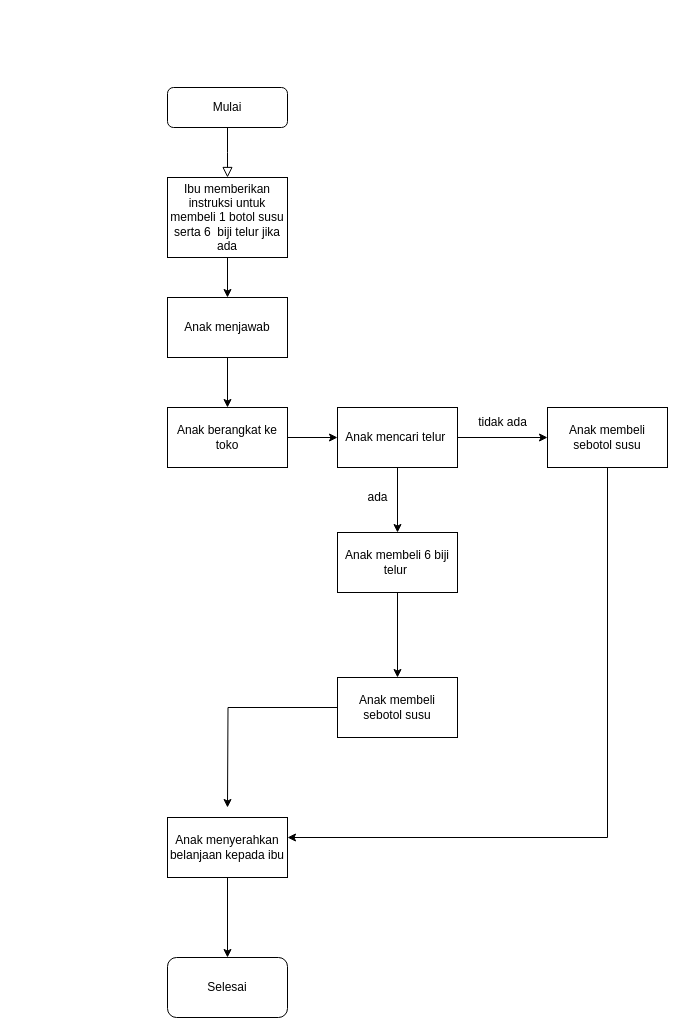
Above: Diagaram Pyton.drawio in aprinur/Learning_Python (draw.io), before the change. Source tidied: cells renumbered, new cells numbered last; positions are measured from the earlier drawing's top-left corner, leaving out a move shared by most shapes. Both pictures are drawn from the tidied source at 100%, with x=0, y=0 at pixel (167, 87).
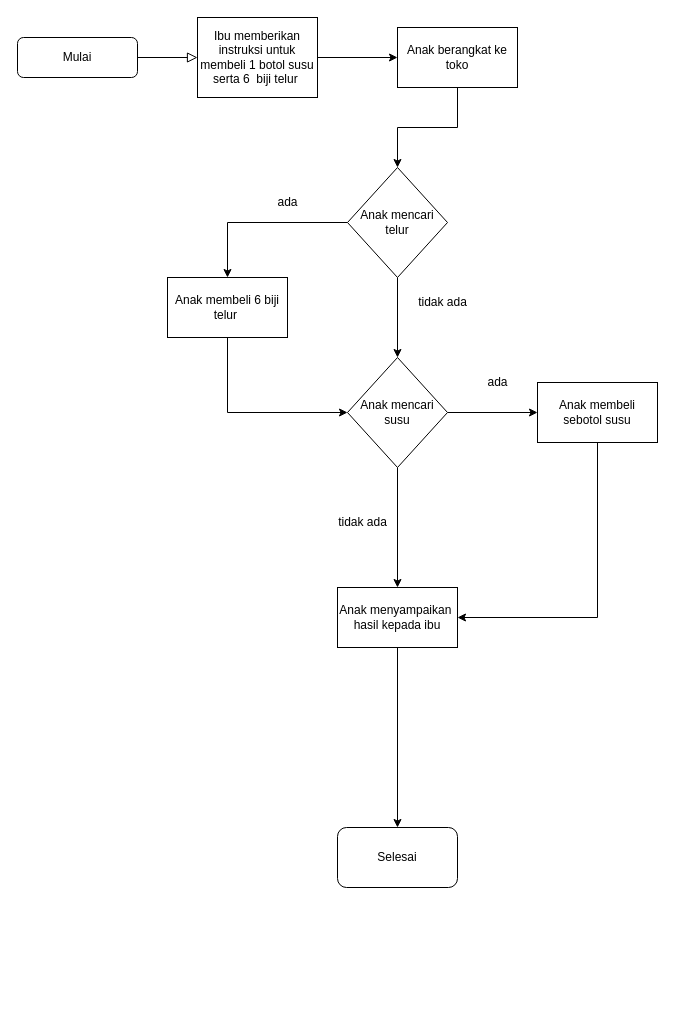
After the change.

Diff of the diagram source:
```diff
@@
-    <mxCell id="2" style="rounded=0;html=1;jettySize=auto;fontSize=11;endArrow=block;endFill=0;endSize=8;strokeWidth=1;shadow=0;labelBackgroundColor=none;edgeStyle=orthogonalEdgeStyle;" parent="1" edge="1" source="3">
-      <mxGeometry relative="1" as="geometry">
-        <mxPoint x="60" y="90" as="targetPoint" />
-      </mxGeometry>
-    </mxCell>
     <mxCell id="3" value="Mulai" style="rounded=1;whiteSpace=wrap;html=1;fontSize=12;glass=0;strokeWidth=1;shadow=0;" parent="1" vertex="1">
-      <mxGeometry width="120" height="40" as="geometry" />
+      <mxGeometry x="-150" y="-50" width="120" height="40" as="geometry" />
     </mxCell>
-    <mxCell id="4" style="edgeStyle=orthogonalEdgeStyle;rounded=0;jettySize=auto;html=1;" parent="1" edge="1" source="5" target="7">
-      <mxGeometry relative="1" as="geometry" />
-    </mxCell>
-    <mxCell id="5" value="Ibu memberikan instruksi untuk membeli 1 botol susu serta 6&amp;nbsp; biji telur jika ada" style="rounded=0;whiteSpace=wrap;html=1;" parent="1" vertex="1">
-      <mxGeometry y="90" width="120" height="80" as="geometry" />
-    </mxCell>
-    <mxCell id="6" style="edgeStyle=orthogonalEdgeStyle;rounded=0;jettySize=auto;html=1;" parent="1" edge="1" source="7" target="9">
-      <mxGeometry relative="1" as="geometry" />
-    </mxCell>
-    <mxCell id="7" value="Anak menjawab" style="rounded=0;whiteSpace=wrap;html=1;" parent="1" vertex="1">
-      <mxGeometry y="210" width="120" height="60" as="geometry" />
-    </mxCell>
@@
     <mxCell id="9" value="Anak berangkat ke toko" style="rounded=0;whiteSpace=wrap;html=1;" parent="1" vertex="1">
-      <mxGeometry y="320" width="120" height="60" as="geometry" />
+      <mxGeometry x="230" y="-60" width="120" height="60" as="geometry" />
     </mxCell>
-    <mxCell id="10" style="edgeStyle=orthogonalEdgeStyle;rounded=0;jettySize=auto;html=1;" parent="1" edge="1" source="12" target="14">
-      <mxGeometry relative="1" as="geometry" />
-    </mxCell>
-    <mxCell id="11" style="edgeStyle=orthogonalEdgeStyle;rounded=0;jettySize=auto;html=1;" parent="1" edge="1" source="12" target="16">
-      <mxGeometry relative="1" as="geometry" />
-    </mxCell>
-    <mxCell id="12" value="Anak mencari telur&amp;nbsp;" style="rounded=0;whiteSpace=wrap;html=1;" parent="1" vertex="1">
-      <mxGeometry x="170" y="320" width="120" height="60" as="geometry" />
-    </mxCell>
-    <mxCell id="13" style="edgeStyle=orthogonalEdgeStyle;rounded=0;jettySize=auto;html=1;" parent="1" edge="1" source="14" target="19">
-      <mxGeometry relative="1" as="geometry" />
-    </mxCell>
+    <mxCell id="24" style="edgeStyle=orthogonalEdgeStyle;rounded=0;jettySize=auto;html=1;exitX=0.5;exitY=1;exitDx=0;exitDy=0;entryX=0;entryY=0.5;entryDx=0;entryDy=0;" parent="1" edge="1" source="14" target="29">
+      <mxGeometry relative="1" as="geometry" />
+    </mxCell>
     <mxCell id="14" value="Anak membeli 6 biji telur&amp;nbsp;" style="rounded=0;whiteSpace=wrap;html=1;" parent="1" vertex="1">
-      <mxGeometry x="170" y="445" width="120" height="60" as="geometry" />
+      <mxGeometry y="190" width="120" height="60" as="geometry" />
     </mxCell>
-    <mxCell id="15" value="ada" style="text;html=1;align=center;verticalAlign=middle;strokeColor=none;fillColor=none;" parent="1" vertex="1">
-      <mxGeometry x="190" y="395" width="40" height="30" as="geometry" />
-    </mxCell>
+    <mxCell id="25" style="edgeStyle=orthogonalEdgeStyle;rounded=0;jettySize=auto;html=1;exitX=0.5;exitY=1;exitDx=0;exitDy=0;entryX=1;entryY=0.5;entryDx=0;entryDy=0;" parent="1" edge="1" source="16" target="22">
+      <mxGeometry relative="1" as="geometry" />
+    </mxCell>
     <mxCell id="16" value="Anak membeli sebotol susu" style="rounded=0;whiteSpace=wrap;html=1;" parent="1" vertex="1">
-      <mxGeometry x="380" y="320" width="120" height="60" as="geometry" />
+      <mxGeometry x="370" y="295" width="120" height="60" as="geometry" />
     </mxCell>
     <mxCell id="17" value="tidak ada" style="text;html=1;align=center;verticalAlign=middle;strokeColor=none;fillColor=none;" parent="1" vertex="1">
-      <mxGeometry x="300" y="320" width="70" height="30" as="geometry" />
+      <mxGeometry x="240" y="200" width="70" height="30" as="geometry" />
     </mxCell>
-    <mxCell id="18" style="edgeStyle=orthogonalEdgeStyle;rounded=0;jettySize=auto;html=1;entryX=0.5;entryY=0;entryDx=0;entryDy=0;" parent="1" edge="1" source="19">
-      <mxGeometry relative="1" as="geometry">
-        <mxPoint x="60" y="720" as="targetPoint" />
-      </mxGeometry>
-    </mxCell>
-    <mxCell id="19" value="Anak membeli sebotol susu" style="rounded=0;whiteSpace=wrap;html=1;" parent="1" vertex="1">
-      <mxGeometry x="170" y="590" width="120" height="60" as="geometry" />
-    </mxCell>
-    <mxCell id="20" style="rounded=0;jettySize=auto;html=1;entryX=1;entryY=0.5;entryDx=0;entryDy=0;" parent="1" edge="1" source="16">
-      <mxGeometry relative="1" as="geometry">
-        <mxPoint x="120" y="750" as="targetPoint" />
-        <Array as="points">
-          <mxPoint x="440" y="750" />
-        </Array>
-      </mxGeometry>
-    </mxCell>
@@
-    <mxCell id="22" value="Anak menyerahkan belanjaan kepada ibu" style="rounded=0;whiteSpace=wrap;html=1;" parent="1" vertex="1">
-      <mxGeometry y="730" width="120" height="60" as="geometry" />
+    <mxCell id="22" value="Anak menyampaikan&amp;nbsp; hasil kepada ibu" style="rounded=0;whiteSpace=wrap;html=1;" parent="1" vertex="1">
+      <mxGeometry x="170" y="500" width="120" height="60" as="geometry" />
     </mxCell>
     <mxCell id="23" value="Selesai" style="rounded=1;whiteSpace=wrap;html=1;" parent="1" vertex="1">
-      <mxGeometry y="870" width="120" height="60" as="geometry" />
+      <mxGeometry x="170" y="740" width="120" height="60" as="geometry" />
     </mxCell>
+    <mxCell id="10" style="edgeStyle=orthogonalEdgeStyle;rounded=0;jettySize=auto;html=1;" parent="1" edge="1" source="12" target="14">
+      <mxGeometry relative="1" as="geometry">
+        <Array as="points">
+          <mxPoint x="60" y="135" />
+        </Array>
+      </mxGeometry>
+    </mxCell>
+    <mxCell id="26" style="edgeStyle=orthogonalEdgeStyle;rounded=0;jettySize=auto;html=1;" parent="1" edge="1" source="12" target="29">
+      <mxGeometry relative="1" as="geometry" />
+    </mxCell>
+    <mxCell id="12" value="Anak mencari telur" style="rhombus;whiteSpace=wrap;html=1;" parent="1" vertex="1">
+      <mxGeometry x="180" y="80" width="100" height="110" as="geometry" />
+    </mxCell>
+    <mxCell id="27" style="edgeStyle=orthogonalEdgeStyle;rounded=0;jettySize=auto;html=1;" parent="1" edge="1" source="29" target="16">
+      <mxGeometry relative="1" as="geometry" />
+    </mxCell>
+    <mxCell id="28" style="edgeStyle=orthogonalEdgeStyle;rounded=0;jettySize=auto;html=1;exitX=0.5;exitY=1;exitDx=0;exitDy=0;entryX=0.5;entryY=0;entryDx=0;entryDy=0;" parent="1" edge="1" source="29" target="22">
+      <mxGeometry relative="1" as="geometry" />
+    </mxCell>
+    <mxCell id="29" value="Anak mencari susu" style="rhombus;whiteSpace=wrap;html=1;" parent="1" vertex="1">
+      <mxGeometry x="180" y="270" width="100" height="110" as="geometry" />
+    </mxCell>
+    <mxCell id="30" style="rounded=0;html=1;jettySize=auto;fontSize=11;endArrow=block;endFill=0;endSize=8;strokeWidth=1;shadow=0;labelBackgroundColor=none;edgeStyle=orthogonalEdgeStyle;" parent="1" edge="1" source="3" target="5">
+      <mxGeometry relative="1" as="geometry" />
+    </mxCell>
+    <mxCell id="31" style="edgeStyle=orthogonalEdgeStyle;rounded=0;jettySize=auto;html=1;entryX=0;entryY=0.5;entryDx=0;entryDy=0;" parent="1" edge="1" source="5" target="9">
+      <mxGeometry relative="1" as="geometry" />
+    </mxCell>
+    <mxCell id="5" value="Ibu memberikan instruksi untuk membeli 1 botol susu serta 6&amp;nbsp; biji telur&amp;nbsp;" style="rounded=0;whiteSpace=wrap;html=1;" parent="1" vertex="1">
+      <mxGeometry x="30" y="-70" width="120" height="80" as="geometry" />
+    </mxCell>
+    <mxCell id="32" value="ada&lt;br&gt;" style="text;html=1;align=center;verticalAlign=middle;strokeColor=none;fillColor=none;" parent="1" vertex="1">
+      <mxGeometry x="100" y="100" width="40" height="30" as="geometry" />
+    </mxCell>
+    <mxCell id="15" value="ada" style="text;html=1;align=center;verticalAlign=middle;strokeColor=none;fillColor=none;" parent="1" vertex="1">
+      <mxGeometry x="310" y="280" width="40" height="30" as="geometry" />
+    </mxCell>
+    <mxCell id="33" value="tidak ada" style="text;html=1;align=center;verticalAlign=middle;strokeColor=none;fillColor=none;" parent="1" vertex="1">
+      <mxGeometry x="160" y="420" width="70" height="30" as="geometry" />
+    </mxCell>
```
